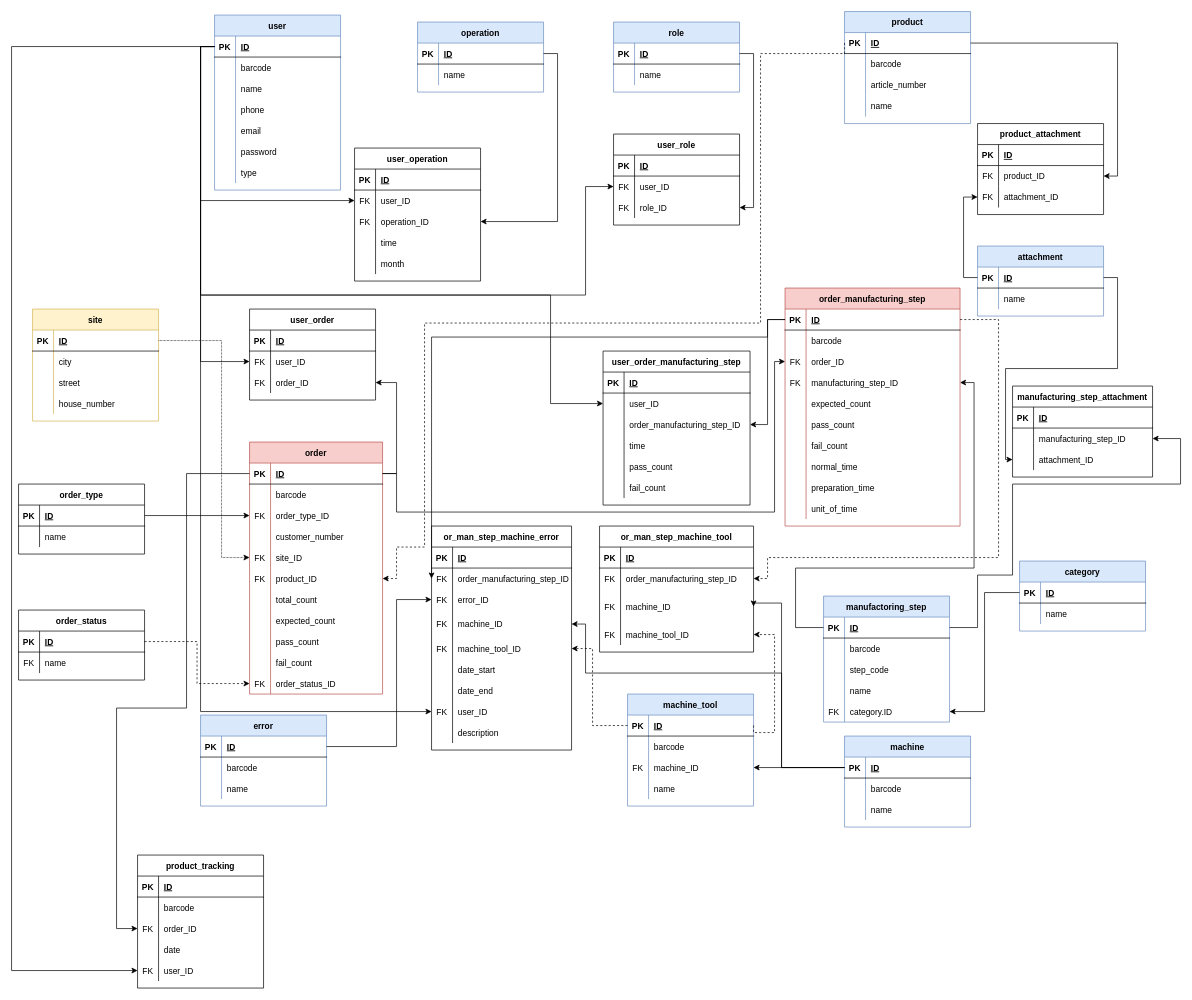
The draw.io diagram DOC/diagrams/database_plan_2_0_0.drawio in KerteszZoltan/mesterminal, before the edit. Source tidied: cells renumbered, new cells numbered last; positions are measured from the earlier drawing's top-left corner, leaving out a move shared by most shapes. Both pictures are drawn from the tidied source at 70%, with x=0, y=0 at pixel (11, 11).
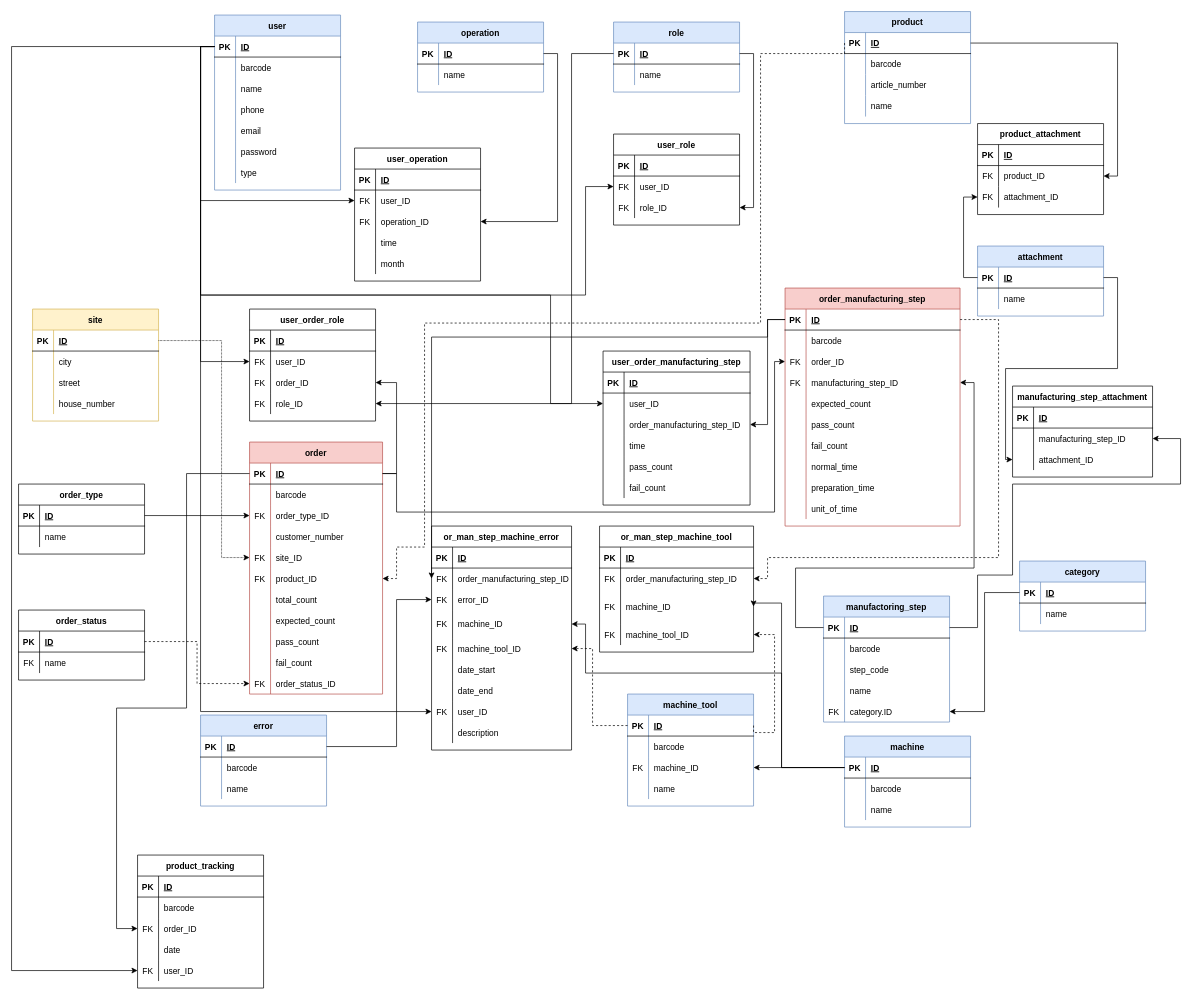
Above is the later version.

Commit message:
user_order_role update, need project managers

Unchanged cells that the change refers to:
```xml
<mxCell id="50" style="shape=partialRectangle;fillColor=none;top=0;left=0;bottom=1;right=0;points=[[0,0.5],[1,0.5]];portConstraint=eastwest;" parent="49" vertex="1">
  <mxGeometry y="30" width="180" height="30" as="geometry" />
</mxCell>
```

The edit, as a diff of the source:
```diff
@@
-    <mxCell id="102" value="user_order" style="shape=table;startSize=30;childLayout=tableLayout;rowLines=0;fontStyle=1;align=center;" parent="1" vertex="1">
-      <mxGeometry x="340" y="425" width="180" height="130" as="geometry" />
+    <mxCell id="102" value="user_order_role" style="shape=table;startSize=30;childLayout=tableLayout;rowLines=0;fontStyle=1;align=center;" parent="1" vertex="1">
+      <mxGeometry x="340" y="425" width="180" height="160" as="geometry" />
     </mxCell>
@@
+    <mxCell id="368" style="shape=partialRectangle;fillColor=none;top=0;left=0;bottom=0;right=0;points=[[0,0.5],[1,0.5]];portConstraint=eastwest;" parent="102" vertex="1">
+      <mxGeometry y="120" width="180" height="30" as="geometry" />
+    </mxCell>
+    <mxCell id="369" value="FK" style="shape=partialRectangle;fillColor=none;top=0;left=0;bottom=0;right=0;overflow=hidden;" parent="368" vertex="1">
+      <mxGeometry width="30" height="30" as="geometry" />
+    </mxCell>
+    <mxCell id="370" value="role_ID" style="shape=partialRectangle;fillColor=none;top=0;left=0;bottom=0;right=0;align=left;spacingLeft=6;overflow=hidden;" parent="368" vertex="1">
+      <mxGeometry x="30" width="150" height="30" as="geometry" />
+    </mxCell>
@@
+    <mxCell id="371" style="edgeStyle=orthogonalEdgeStyle;rounded=0;jettySize=auto;html=1;exitX=0;exitY=0.5;exitDx=0;exitDy=0;entryX=1;entryY=0.5;entryDx=0;entryDy=0;" parent="1" edge="1" source="50" target="368">
+      <mxGeometry relative="1" as="geometry">
+        <Array as="points">
+          <mxPoint x="800" y="60" />
+          <mxPoint x="800" y="560" />
+        </Array>
+      </mxGeometry>
+    </mxCell>
```
